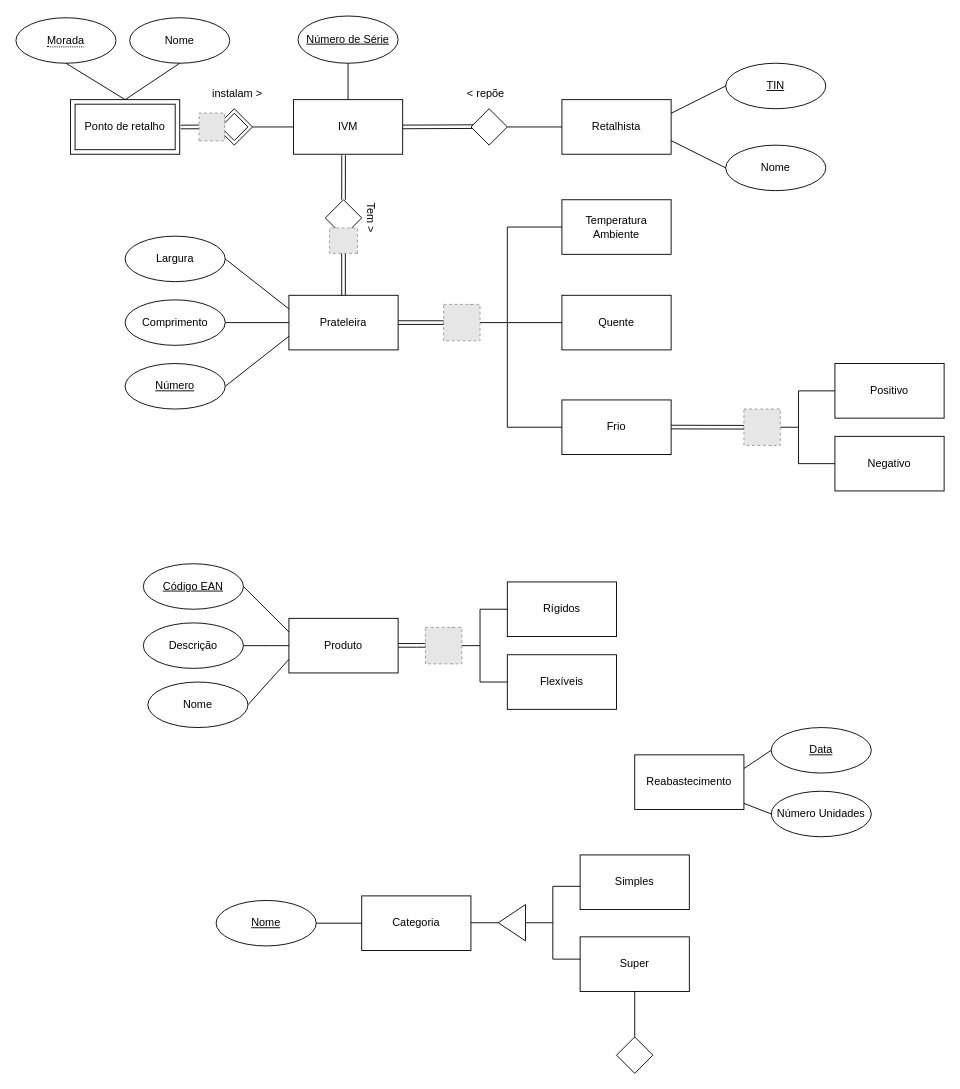
Earlier version of the draw.io diagram Untitled Diagram.drawio (inespereirinha/BD). Source tidied: cells renumbered, new cells numbered last; positions are measured from the earlier drawing's top-left corner, leaving out a move shared by most shapes. Both pictures are drawn from the tidied source at 91%, with x=0, y=0 at pixel (15, 15). Pictures stored in the file or linked from it are replaced by grey dashed boxes.
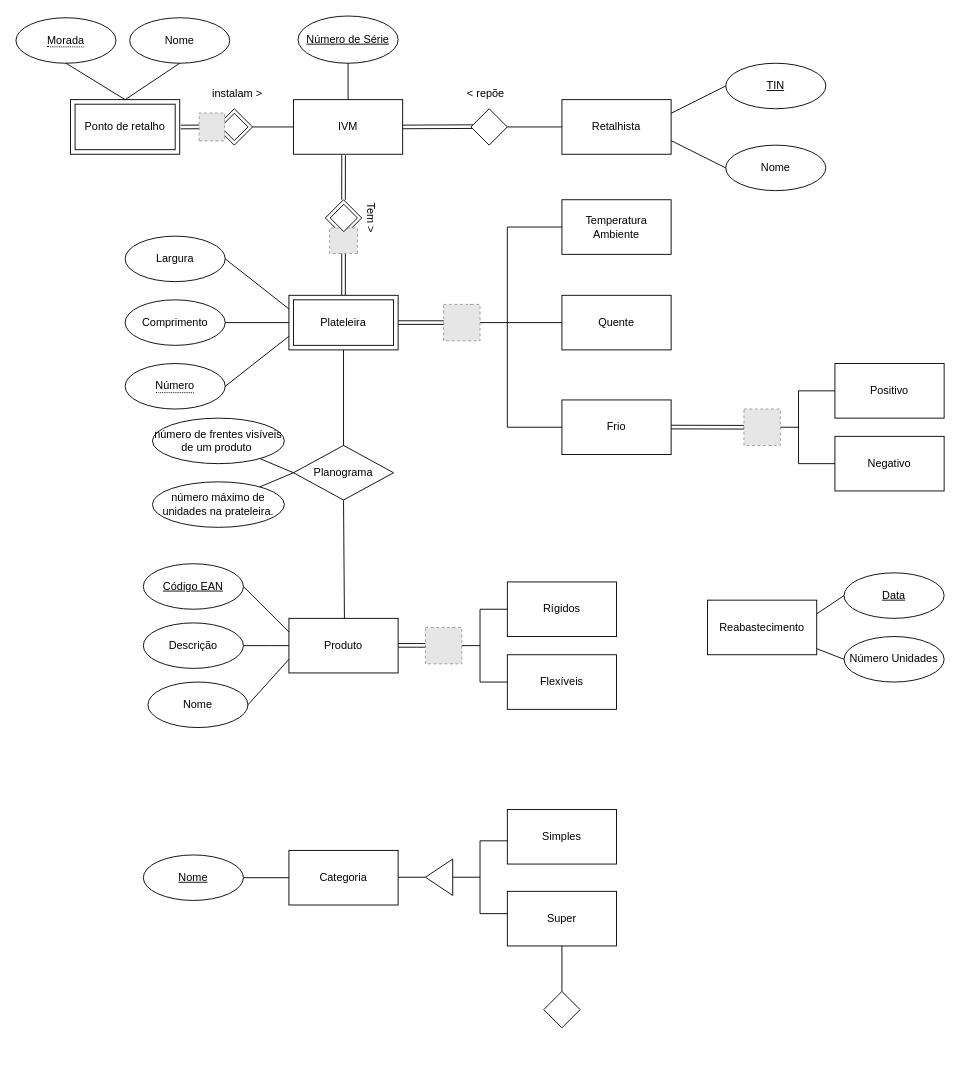
The same page after the edit.

Unchanged cells that the change refers to:
```xml
<mxCell id="10" value="Largura" style="ellipse;whiteSpace=wrap;html=1;" parent="1" vertex="1">
  <mxGeometry x="120" y="242" width="110" height="50" as="geometry" />
</mxCell>
<mxCell id="11" value="Comprimento" style="ellipse;whiteSpace=wrap;html=1;" parent="1" vertex="1">
  <mxGeometry x="120" y="312" width="110" height="50" as="geometry" />
</mxCell>
<mxCell id="74" style="fillColor=#E6E6E6;strokeColor=#999999;dashed=1;html=1;verticalAlign=top;verticalLabelPosition=bottom;labelBackgroundColor=#ffffff;" parent="1" vertex="1">
  <mxGeometry x="470" y="317" width="40" height="40" as="geometry" />
</mxCell>
```

What changed in the source:
```diff
@@
-    <mxCell id="3" value="Prateleira" style="rounded=0;whiteSpace=wrap;html=1;" parent="1" vertex="1">
-      <mxGeometry x="300" y="307" width="120" height="60" as="geometry" />
-    </mxCell>
@@
-    <mxCell id="12" value="&lt;u&gt;Número&lt;/u&gt;" style="ellipse;whiteSpace=wrap;html=1;" parent="1" vertex="1">
+    <mxCell id="12" value="&lt;div style=&quot;border-bottom: 1px dotted black&quot;&gt;Número&lt;/div&gt;" style="ellipse;whiteSpace=wrap;html=1;" parent="1" vertex="1">
       <mxGeometry x="120" y="382" width="110" height="50" as="geometry" />
     </mxCell>
@@
     <mxCell id="24" value="Categoria" style="rounded=0;whiteSpace=wrap;html=1;" parent="1" vertex="1">
-      <mxGeometry x="380" y="967" width="120" height="60" as="geometry" />
+      <mxGeometry x="300" y="917" width="120" height="60" as="geometry" />
     </mxCell>
     <mxCell id="25" value="&lt;u&gt;Nome&lt;/u&gt;" style="ellipse;whiteSpace=wrap;html=1;" parent="1" vertex="1">
-      <mxGeometry x="220" y="972" width="110" height="50" as="geometry" />
+      <mxGeometry x="140" y="922" width="110" height="50" as="geometry" />
     </mxCell>
     <mxCell id="26" value="Simples" style="rounded=0;whiteSpace=wrap;html=1;" parent="1" vertex="1">
-      <mxGeometry x="620" y="922" width="120" height="60" as="geometry" />
+      <mxGeometry x="540" y="872" width="120" height="60" as="geometry" />
     </mxCell>
     <mxCell id="27" value="Super" style="rounded=0;whiteSpace=wrap;html=1;" parent="1" vertex="1">
-      <mxGeometry x="620" y="1012" width="120" height="60" as="geometry" />
+      <mxGeometry x="540" y="962" width="120" height="60" as="geometry" />
     </mxCell>
     <mxCell id="28" value="Reabastecimento" style="rounded=0;whiteSpace=wrap;html=1;" parent="1" vertex="1">
-      <mxGeometry x="680" y="812" width="120" height="60" as="geometry" />
+      <mxGeometry x="760" y="642" width="120" height="60" as="geometry" />
     </mxCell>
     <mxCell id="29" value="&lt;u&gt;Data&lt;/u&gt;" style="ellipse;whiteSpace=wrap;html=1;" parent="1" vertex="1">
-      <mxGeometry x="830" y="782" width="110" height="50" as="geometry" />
+      <mxGeometry x="910" y="612" width="110" height="50" as="geometry" />
     </mxCell>
     <mxCell id="30" value="Número Unidades" style="ellipse;whiteSpace=wrap;html=1;" parent="1" vertex="1">
-      <mxGeometry x="830" y="852" width="110" height="50" as="geometry" />
+      <mxGeometry x="910" y="682" width="110" height="50" as="geometry" />
     </mxCell>
@@
-    <mxCell id="36" style="endArrow=none;html=1;rounded=0;entryX=1;entryY=0.5;entryDx=0;entryDy=0;exitX=0;exitY=0.25;exitDx=0;exitDy=0;" parent="1" edge="1" source="3" target="10">
-      <mxGeometry relative="1" as="geometry" />
+    <mxCell id="36" style="endArrow=none;html=1;rounded=0;entryX=1;entryY=0.5;entryDx=0;entryDy=0;exitX=0;exitY=0.25;exitDx=0;exitDy=0;" parent="1" edge="1" target="10">
+      <mxGeometry relative="1" as="geometry">
+        <mxPoint x="300" y="322" as="sourcePoint" />
+      </mxGeometry>
     </mxCell>
-    <mxCell id="37" style="endArrow=none;html=1;rounded=0;entryX=1;entryY=0.5;entryDx=0;entryDy=0;exitX=0;exitY=0.5;exitDx=0;exitDy=0;" parent="1" edge="1" source="3" target="11">
-      <mxGeometry relative="1" as="geometry" />
+    <mxCell id="37" style="endArrow=none;html=1;rounded=0;entryX=1;entryY=0.5;entryDx=0;entryDy=0;exitX=0;exitY=0.5;exitDx=0;exitDy=0;" parent="1" edge="1" target="11">
+      <mxGeometry relative="1" as="geometry">
+        <mxPoint x="300" y="337" as="sourcePoint" />
+      </mxGeometry>
     </mxCell>
-    <mxCell id="38" style="endArrow=none;html=1;rounded=0;entryX=0;entryY=0.75;entryDx=0;entryDy=0;exitX=1;exitY=0.5;exitDx=0;exitDy=0;" parent="1" edge="1" source="12" target="3">
-      <mxGeometry relative="1" as="geometry" />
+    <mxCell id="38" style="endArrow=none;html=1;rounded=0;entryX=0;entryY=0.75;entryDx=0;entryDy=0;exitX=1;exitY=0.5;exitDx=0;exitDy=0;" parent="1" edge="1" source="12">
+      <mxGeometry relative="1" as="geometry">
+        <mxPoint x="300" y="352" as="targetPoint" />
+      </mxGeometry>
     </mxCell>
@@
     <mxCell id="61" style="triangle;whiteSpace=wrap;html=1;rotation=-180;" parent="1" vertex="1">
-      <mxGeometry x="530" y="976.5" width="30" height="40" as="geometry" />
+      <mxGeometry x="450" y="926.5" width="30" height="40" as="geometry" />
     </mxCell>
     <mxCell id="62" style="endArrow=none;html=1;rounded=0;exitX=1;exitY=0.5;exitDx=0;exitDy=0;entryX=1;entryY=0.5;entryDx=0;entryDy=0;" parent="1" edge="1" target="61">
       <mxGeometry relative="1" as="geometry">
-        <mxPoint x="500" y="996.5" as="sourcePoint" />
+        <mxPoint x="420" y="946.5" as="sourcePoint" />
       </mxGeometry>
     </mxCell>
     <mxCell id="63" style="endArrow=none;html=1;rounded=0;exitX=0;exitY=0.5;exitDx=0;exitDy=0;" parent="1" edge="1" source="61">
       <mxGeometry relative="1" as="geometry">
-        <mxPoint x="590" y="996.5" as="targetPoint" />
+        <mxPoint x="510" y="946.5" as="targetPoint" />
       </mxGeometry>
     </mxCell>
     <mxCell id="64" style="endArrow=none;html=1;rounded=0;" parent="1" edge="1">
       <mxGeometry relative="1" as="geometry">
-        <mxPoint x="590" y="1036.5" as="sourcePoint" />
-        <mxPoint x="590" y="956.5" as="targetPoint" />
+        <mxPoint x="510" y="986.5" as="sourcePoint" />
+        <mxPoint x="510" y="906.5" as="targetPoint" />
       </mxGeometry>
     </mxCell>
     <mxCell id="65" style="endArrow=none;html=1;rounded=0;entryX=0;entryY=0.5;entryDx=0;entryDy=0;" parent="1" edge="1">
       <mxGeometry relative="1" as="geometry">
-        <mxPoint x="590" y="956.5" as="sourcePoint" />
-        <mxPoint x="620" y="956.5" as="targetPoint" />
+        <mxPoint x="510" y="906.5" as="sourcePoint" />
+        <mxPoint x="540" y="906.5" as="targetPoint" />
       </mxGeometry>
     </mxCell>
     <mxCell id="66" style="endArrow=none;html=1;rounded=0;entryX=0;entryY=0.5;entryDx=0;entryDy=0;" parent="1" edge="1">
       <mxGeometry relative="1" as="geometry">
-        <mxPoint x="590" y="1036.5" as="sourcePoint" />
-        <mxPoint x="620" y="1036.5" as="targetPoint" />
+        <mxPoint x="510" y="986.5" as="sourcePoint" />
+        <mxPoint x="540" y="986.5" as="targetPoint" />
       </mxGeometry>
     </mxCell>
@@
-    <mxCell id="72" style="shape=link;html=1;rounded=0;entryX=0.5;entryY=0;entryDx=0;entryDy=0;" parent="1" edge="1" target="3">
+    <mxCell id="72" style="shape=link;html=1;rounded=0;entryX=0.5;entryY=0;entryDx=0;entryDy=0;" parent="1" edge="1">
       <mxGeometry relative="1" as="geometry">
         <mxPoint x="360" y="252" as="sourcePoint" />
+        <mxPoint x="360" y="307" as="targetPoint" />
       </mxGeometry>
     </mxCell>
@@
-    <mxCell id="76" style="shape=link;html=1;rounded=0;entryX=0;entryY=0.5;entryDx=0;entryDy=0;exitX=1;exitY=0.5;exitDx=0;exitDy=0;" parent="1" edge="1" source="3" target="74">
-      <mxGeometry relative="1" as="geometry" />
+    <mxCell id="76" style="shape=link;html=1;rounded=0;entryX=0;entryY=0.5;entryDx=0;entryDy=0;exitX=1;exitY=0.5;exitDx=0;exitDy=0;" parent="1" edge="1" target="74">
+      <mxGeometry relative="1" as="geometry">
+        <mxPoint x="420" y="337" as="sourcePoint" />
+      </mxGeometry>
     </mxCell>
@@
     <mxCell id="89" style="rhombus;whiteSpace=wrap;html=1;" parent="1" vertex="1">
-      <mxGeometry x="660" y="1122" width="40" height="40" as="geometry" />
+      <mxGeometry x="580" y="1072" width="40" height="40" as="geometry" />
     </mxCell>
     <mxCell id="90" style="endArrow=none;html=1;rounded=0;" parent="1" edge="1" source="89">
       <mxGeometry relative="1" as="geometry">
-        <mxPoint x="680" y="1072" as="targetPoint" />
+        <mxPoint x="600" y="1022" as="targetPoint" />
       </mxGeometry>
     </mxCell>
+    <mxCell id="91" value="Planograma" style="rhombus;whiteSpace=wrap;html=1;" parent="1" vertex="1">
+      <mxGeometry x="305" y="472" width="110" height="60" as="geometry" />
+    </mxCell>
+    <mxCell id="92" style="endArrow=none;html=1;rounded=0;exitX=0.5;exitY=1;exitDx=0;exitDy=0;entryX=0.5;entryY=0;entryDx=0;entryDy=0;" parent="1" edge="1" target="91">
+      <mxGeometry relative="1" as="geometry">
+        <mxPoint x="360" y="367" as="sourcePoint" />
+      </mxGeometry>
+    </mxCell>
+    <mxCell id="93" style="endArrow=none;html=1;rounded=0;exitX=0.5;exitY=1;exitDx=0;exitDy=0;entryX=0.5;entryY=0;entryDx=0;entryDy=0;" parent="1" edge="1" source="91">
+      <mxGeometry relative="1" as="geometry">
+        <mxPoint x="361" y="662" as="targetPoint" />
+      </mxGeometry>
+    </mxCell>
+    <mxCell id="94" style="endArrow=none;html=1;rounded=0;entryX=0;entryY=0.5;entryDx=0;entryDy=0;" parent="1" edge="1" source="95" target="91">
+      <mxGeometry relative="1" as="geometry" />
+    </mxCell>
+    <mxCell id="95" value="número de frentes visíveis de um produto&amp;nbsp;" style="ellipse;whiteSpace=wrap;html=1;" parent="1" vertex="1">
+      <mxGeometry x="150" y="442" width="145" height="50" as="geometry" />
+    </mxCell>
+    <mxCell id="96" style="rhombus;whiteSpace=wrap;html=1;" parent="1" vertex="1">
+      <mxGeometry x="345.3" y="207" width="30" height="30" as="geometry" />
+    </mxCell>
+    <mxCell id="97" value="Plateleira" style="shape=ext;margin=3;double=1;whiteSpace=wrap;html=1;align=center;" parent="1" vertex="1">
+      <mxGeometry x="300" y="307" width="120" height="60" as="geometry" />
+    </mxCell>
+    <mxCell id="98" style="endArrow=none;html=1;rounded=0;entryX=0;entryY=0.5;entryDx=0;entryDy=0;" parent="1" edge="1" source="99" target="91">
+      <mxGeometry relative="1" as="geometry" />
+    </mxCell>
+    <mxCell id="99" value="número máximo de unidades na prateleira." style="ellipse;whiteSpace=wrap;html=1;" parent="1" vertex="1">
+      <mxGeometry x="150" y="512" width="145" height="50" as="geometry" />
+    </mxCell>
```
